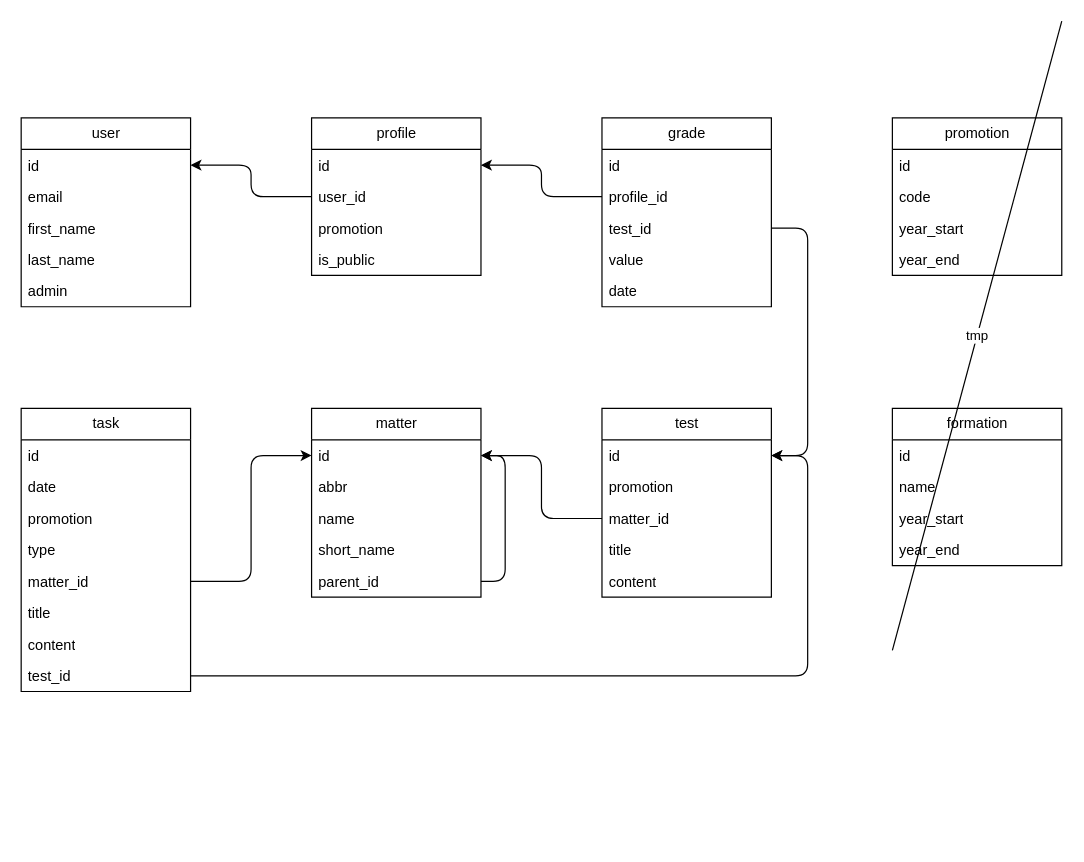
BurkhalterY/api.etml.burkhalter.dev keeps this draw.io diagram as docs/data-model.drawio. Above is the earlier version. Source tidied: cells renumbered, new cells numbered last; positions are measured from the earlier drawing's top-left corner, leaving out a move shared by most shapes. Both pictures are drawn from the tidied source at 121%, with x=0, y=0 at pixel (21, 21).
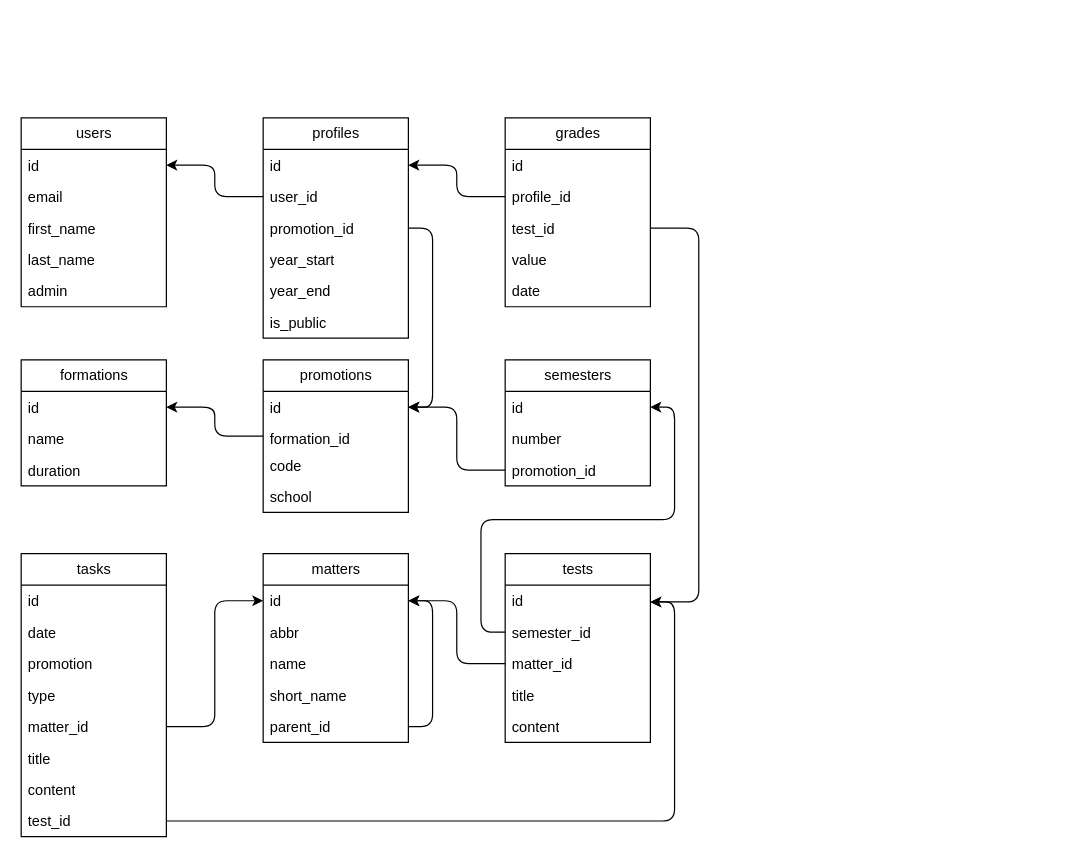
Above is the later version.

Commit message:
New data model by ChatGPT

What changed in the source:
```diff
@@
-    <mxCell id="2" value="matter" style="swimlane;fontStyle=0;horizontal=1;startSize=26;fillColor=none;html=1;" parent="1" vertex="1">
-      <mxGeometry x="240" y="320" width="140" height="156" as="geometry" />
+    <mxCell id="2" value="matters" style="swimlane;fontStyle=0;horizontal=1;startSize=26;fillColor=none;html=1;" parent="1" vertex="1">
+      <mxGeometry x="200" y="440" width="120" height="156" as="geometry" />
     </mxCell>
     <mxCell id="3" value="id" style="text;strokeColor=none;fillColor=none;align=left;verticalAlign=top;spacingLeft=4;spacingRight=4;overflow=hidden;points=[[0,0.5],[1,0.5]];portConstraint=eastwest;whiteSpace=wrap;html=1;" parent="2" vertex="1">
-      <mxGeometry y="26" width="140" height="26" as="geometry" />
+      <mxGeometry y="26" width="120" height="26" as="geometry" />
     </mxCell>
     <mxCell id="4" value="abbr" style="text;strokeColor=none;fillColor=none;align=left;verticalAlign=top;spacingLeft=4;spacingRight=4;overflow=hidden;whiteSpace=wrap;html=1;" parent="2" vertex="1">
-      <mxGeometry y="52" width="140" height="26" as="geometry" />
+      <mxGeometry y="52" width="120" height="26" as="geometry" />
     </mxCell>
     <mxCell id="5" value="name" style="text;strokeColor=none;fillColor=none;align=left;verticalAlign=top;spacingLeft=4;spacingRight=4;overflow=hidden;whiteSpace=wrap;html=1;" parent="2" vertex="1">
-      <mxGeometry y="78" width="140" height="26" as="geometry" />
+      <mxGeometry y="78" width="120" height="26" as="geometry" />
     </mxCell>
     <mxCell id="6" value="short_name" style="text;strokeColor=none;fillColor=none;align=left;verticalAlign=top;spacingLeft=4;spacingRight=4;overflow=hidden;whiteSpace=wrap;html=1;" parent="2" vertex="1">
-      <mxGeometry y="104" width="140" height="26" as="geometry" />
+      <mxGeometry y="104" width="120" height="26" as="geometry" />
     </mxCell>
     <mxCell id="7" style="edgeStyle=orthogonalEdgeStyle;html=1;" parent="2" edge="1" source="8" target="3">
       <mxGeometry relative="1" as="geometry">
         <Array as="points">
-          <mxPoint x="160" y="143" />
-          <mxPoint x="160" y="39" />
+          <mxPoint x="140" y="143" />
+          <mxPoint x="140" y="39" />
         </Array>
       </mxGeometry>
     </mxCell>
     <mxCell id="8" value="parent_id" style="text;strokeColor=none;fillColor=none;align=left;verticalAlign=top;spacingLeft=4;spacingRight=4;overflow=hidden;points=[[0,0.5],[1,0.5]];portConstraint=eastwest;whiteSpace=wrap;html=1;" parent="2" vertex="1">
-      <mxGeometry y="130" width="140" height="26" as="geometry" />
+      <mxGeometry y="130" width="120" height="26" as="geometry" />
     </mxCell>
-    <mxCell id="9" value="profile" style="swimlane;fontStyle=0;horizontal=1;startSize=26;fillColor=none;html=1;" parent="1" vertex="1">
-      <mxGeometry x="240" y="80" width="140" height="130" as="geometry" />
+    <mxCell id="9" value="profiles" style="swimlane;fontStyle=0;horizontal=1;startSize=26;fillColor=none;html=1;" parent="1" vertex="1">
+      <mxGeometry x="200" y="80" width="120" height="182" as="geometry" />
     </mxCell>
     <mxCell id="10" value="id" style="text;strokeColor=none;fillColor=none;align=left;verticalAlign=top;spacingLeft=4;spacingRight=4;overflow=hidden;points=[[0,0.5],[1,0.5]];portConstraint=eastwest;whiteSpace=wrap;html=1;" parent="9" vertex="1">
-      <mxGeometry y="26" width="140" height="26" as="geometry" />
+      <mxGeometry y="26" width="120" height="26" as="geometry" />
     </mxCell>
     <mxCell id="11" value="user_id" style="text;strokeColor=none;fillColor=none;align=left;verticalAlign=top;spacingLeft=4;spacingRight=4;overflow=hidden;points=[[0,0.5],[1,0.5]];portConstraint=eastwest;whiteSpace=wrap;html=1;" parent="9" vertex="1">
-      <mxGeometry y="52" width="140" height="26" as="geometry" />
+      <mxGeometry y="52" width="120" height="26" as="geometry" />
     </mxCell>
-    <mxCell id="12" value="promotion" style="text;strokeColor=none;fillColor=none;align=left;verticalAlign=top;spacingLeft=4;spacingRight=4;overflow=hidden;points=[[0,0.5],[1,0.5]];portConstraint=eastwest;whiteSpace=wrap;html=1;" parent="9" vertex="1">
-      <mxGeometry y="78" width="140" height="26" as="geometry" />
+    <mxCell id="12" value="promotion_id" style="text;strokeColor=none;fillColor=none;align=left;verticalAlign=top;spacingLeft=4;spacingRight=4;overflow=hidden;points=[[0,0.5],[1,0.5]];portConstraint=eastwest;whiteSpace=wrap;html=1;" parent="9" vertex="1">
+      <mxGeometry y="78" width="120" height="26" as="geometry" />
     </mxCell>
+    <mxCell id="50" value="year_start" style="text;strokeColor=none;fillColor=none;align=left;verticalAlign=top;spacingLeft=4;spacingRight=4;overflow=hidden;whiteSpace=wrap;html=1;" parent="9" vertex="1">
+      <mxGeometry y="104" width="120" height="26" as="geometry" />
+    </mxCell>
+    <mxCell id="58" value="year_end" style="text;strokeColor=none;fillColor=none;align=left;verticalAlign=top;spacingLeft=4;spacingRight=4;overflow=hidden;whiteSpace=wrap;html=1;" parent="9" vertex="1">
+      <mxGeometry y="130" width="120" height="26" as="geometry" />
+    </mxCell>
     <mxCell id="13" value="is_public" style="text;strokeColor=none;fillColor=none;align=left;verticalAlign=top;spacingLeft=4;spacingRight=4;overflow=hidden;whiteSpace=wrap;html=1;" parent="9" vertex="1">
-      <mxGeometry y="104" width="140" height="26" as="geometry" />
+      <mxGeometry y="156" width="120" height="26" as="geometry" />
     </mxCell>
-    <mxCell id="14" value="task" style="swimlane;fontStyle=0;horizontal=1;startSize=26;fillColor=none;html=1;" parent="1" vertex="1">
-      <mxGeometry y="320" width="140" height="234" as="geometry" />
+    <mxCell id="14" value="tasks" style="swimlane;fontStyle=0;horizontal=1;startSize=26;fillColor=none;html=1;" parent="1" vertex="1">
+      <mxGeometry y="440" width="120" height="234" as="geometry" />
     </mxCell>
     <mxCell id="15" value="id" style="text;strokeColor=none;fillColor=none;align=left;verticalAlign=top;spacingLeft=4;spacingRight=4;overflow=hidden;whiteSpace=wrap;html=1;" parent="14" vertex="1">
-      <mxGeometry y="26" width="140" height="26" as="geometry" />
+      <mxGeometry y="26" width="120" height="26" as="geometry" />
     </mxCell>
     <mxCell id="16" value="date" style="text;strokeColor=none;fillColor=none;align=left;verticalAlign=top;spacingLeft=4;spacingRight=4;overflow=hidden;whiteSpace=wrap;html=1;" parent="14" vertex="1">
-      <mxGeometry y="52" width="140" height="26" as="geometry" />
+      <mxGeometry y="52" width="120" height="26" as="geometry" />
     </mxCell>
     <mxCell id="17" value="promotion" style="text;strokeColor=none;fillColor=none;align=left;verticalAlign=top;spacingLeft=4;spacingRight=4;overflow=hidden;whiteSpace=wrap;html=1;" parent="14" vertex="1">
-      <mxGeometry y="78" width="140" height="26" as="geometry" />
+      <mxGeometry y="78" width="120" height="26" as="geometry" />
     </mxCell>
     <mxCell id="18" value="type" style="text;strokeColor=none;fillColor=none;align=left;verticalAlign=top;spacingLeft=4;spacingRight=4;overflow=hidden;whiteSpace=wrap;html=1;" parent="14" vertex="1">
-      <mxGeometry y="104" width="140" height="26" as="geometry" />
+      <mxGeometry y="104" width="120" height="26" as="geometry" />
     </mxCell>
     <mxCell id="19" value="matter_id" style="text;strokeColor=none;fillColor=none;align=left;verticalAlign=top;spacingLeft=4;spacingRight=4;overflow=hidden;points=[[0,0.5],[1,0.5]];portConstraint=eastwest;whiteSpace=wrap;html=1;" parent="14" vertex="1">
-      <mxGeometry y="130" width="140" height="26" as="geometry" />
+      <mxGeometry y="130" width="120" height="26" as="geometry" />
     </mxCell>
     <mxCell id="20" value="title" style="text;strokeColor=none;fillColor=none;align=left;verticalAlign=top;spacingLeft=4;spacingRight=4;overflow=hidden;whiteSpace=wrap;html=1;" parent="14" vertex="1">
-      <mxGeometry y="156" width="140" height="26" as="geometry" />
+      <mxGeometry y="156" width="120" height="26" as="geometry" />
     </mxCell>
     <mxCell id="21" value="content" style="text;strokeColor=none;fillColor=none;align=left;verticalAlign=top;spacingLeft=4;spacingRight=4;overflow=hidden;whiteSpace=wrap;html=1;" parent="14" vertex="1">
-      <mxGeometry y="182" width="140" height="26" as="geometry" />
+      <mxGeometry y="182" width="120" height="26" as="geometry" />
     </mxCell>
     <mxCell id="22" value="test_id" style="text;strokeColor=none;fillColor=none;align=left;verticalAlign=top;spacingLeft=4;spacingRight=4;overflow=hidden;points=[[0,0.5],[1,0.5]];portConstraint=eastwest;whiteSpace=wrap;html=1;" parent="14" vertex="1">
-      <mxGeometry y="208" width="140" height="26" as="geometry" />
+      <mxGeometry y="208" width="120" height="26" as="geometry" />
     </mxCell>
-    <mxCell id="23" value="user" style="swimlane;fontStyle=0;horizontal=1;startSize=26;fillColor=none;html=1;" parent="1" vertex="1">
-      <mxGeometry y="80" width="140" height="156" as="geometry" />
+    <mxCell id="23" value="users" style="swimlane;fontStyle=0;horizontal=1;startSize=26;fillColor=none;html=1;" parent="1" vertex="1">
+      <mxGeometry y="80" width="120" height="156" as="geometry" />
     </mxCell>
     <mxCell id="24" value="id" style="text;strokeColor=none;fillColor=none;align=left;verticalAlign=top;spacingLeft=4;spacingRight=4;overflow=hidden;points=[[0,0.5],[1,0.5]];portConstraint=eastwest;whiteSpace=wrap;html=1;" parent="23" vertex="1">
-      <mxGeometry y="26" width="140" height="26" as="geometry" />
+      <mxGeometry y="26" width="120" height="26" as="geometry" />
     </mxCell>
     <mxCell id="25" value="email" style="text;strokeColor=none;fillColor=none;align=left;verticalAlign=top;spacingLeft=4;spacingRight=4;overflow=hidden;whiteSpace=wrap;html=1;" parent="23" vertex="1">
-      <mxGeometry y="52" width="140" height="26" as="geometry" />
+      <mxGeometry y="52" width="120" height="26" as="geometry" />
     </mxCell>
     <mxCell id="26" value="first_name" style="text;strokeColor=none;fillColor=none;align=left;verticalAlign=top;spacingLeft=4;spacingRight=4;overflow=hidden;whiteSpace=wrap;html=1;" parent="23" vertex="1">
-      <mxGeometry y="78" width="140" height="26" as="geometry" />
+      <mxGeometry y="78" width="120" height="26" as="geometry" />
     </mxCell>
     <mxCell id="27" value="last_name" style="text;strokeColor=none;fillColor=none;align=left;verticalAlign=top;spacingLeft=4;spacingRight=4;overflow=hidden;whiteSpace=wrap;html=1;" parent="23" vertex="1">
-      <mxGeometry y="104" width="140" height="26" as="geometry" />
+      <mxGeometry y="104" width="120" height="26" as="geometry" />
     </mxCell>
     <mxCell id="28" value="admin" style="text;strokeColor=none;fillColor=none;align=left;verticalAlign=top;spacingLeft=4;spacingRight=4;overflow=hidden;whiteSpace=wrap;html=1;" parent="23" vertex="1">
-      <mxGeometry y="130" width="140" height="26" as="geometry" />
+      <mxGeometry y="130" width="120" height="26" as="geometry" />
     </mxCell>
@@
-    <mxCell id="31" value="grade" style="swimlane;fontStyle=0;horizontal=1;startSize=26;fillColor=none;html=1;" parent="1" vertex="1">
-      <mxGeometry x="480" y="80" width="140" height="156" as="geometry" />
+    <mxCell id="31" value="grades" style="swimlane;fontStyle=0;horizontal=1;startSize=26;fillColor=none;html=1;" parent="1" vertex="1">
+      <mxGeometry x="400" y="80" width="120" height="156" as="geometry" />
     </mxCell>
     <mxCell id="32" value="id" style="text;strokeColor=none;fillColor=none;align=left;verticalAlign=top;spacingLeft=4;spacingRight=4;overflow=hidden;whiteSpace=wrap;html=1;" parent="31" vertex="1">
-      <mxGeometry y="26" width="140" height="26" as="geometry" />
+      <mxGeometry y="26" width="120" height="26" as="geometry" />
     </mxCell>
     <mxCell id="33" value="profile_id" style="text;strokeColor=none;fillColor=none;align=left;verticalAlign=top;spacingLeft=4;spacingRight=4;overflow=hidden;points=[[0,0.5],[1,0.5]];portConstraint=eastwest;whiteSpace=wrap;html=1;" parent="31" vertex="1">
-      <mxGeometry y="52" width="140" height="26" as="geometry" />
+      <mxGeometry y="52" width="120" height="26" as="geometry" />
     </mxCell>
     <mxCell id="34" value="test_id" style="text;strokeColor=none;fillColor=none;align=left;verticalAlign=top;spacingLeft=4;spacingRight=4;overflow=hidden;points=[[0,0.5],[1,0.5]];portConstraint=eastwest;whiteSpace=wrap;html=1;" parent="31" vertex="1">
-      <mxGeometry y="78" width="140" height="26" as="geometry" />
+      <mxGeometry y="78" width="120" height="26" as="geometry" />
     </mxCell>
     <mxCell id="35" value="value" style="text;strokeColor=none;fillColor=none;align=left;verticalAlign=top;spacingLeft=4;spacingRight=4;overflow=hidden;whiteSpace=wrap;html=1;" parent="31" vertex="1">
-      <mxGeometry y="104" width="140" height="26" as="geometry" />
+      <mxGeometry y="104" width="120" height="26" as="geometry" />
     </mxCell>
     <mxCell id="36" value="date" style="text;strokeColor=none;fillColor=none;align=left;verticalAlign=top;spacingLeft=4;spacingRight=4;overflow=hidden;whiteSpace=wrap;html=1;" parent="31" vertex="1">
-      <mxGeometry y="130" width="140" height="26" as="geometry" />
+      <mxGeometry y="130" width="120" height="26" as="geometry" />
     </mxCell>
-    <mxCell id="37" value="test" style="swimlane;fontStyle=0;horizontal=1;startSize=26;fillColor=none;html=1;" parent="1" vertex="1">
-      <mxGeometry x="480" y="320" width="140" height="156" as="geometry" />
+    <mxCell id="37" value="tests" style="swimlane;fontStyle=0;horizontal=1;startSize=26;fillColor=none;html=1;" parent="1" vertex="1">
+      <mxGeometry x="400" y="440" width="120" height="156" as="geometry" />
     </mxCell>
     <mxCell id="38" value="id" style="text;strokeColor=none;fillColor=none;align=left;verticalAlign=top;spacingLeft=4;spacingRight=4;overflow=hidden;points=[[0,0.5],[1,0.5]];portConstraint=eastwest;whiteSpace=wrap;html=1;" parent="37" vertex="1">
-      <mxGeometry y="26" width="140" height="26" as="geometry" />
+      <mxGeometry y="26" width="120" height="26" as="geometry" />
     </mxCell>
-    <mxCell id="39" value="promotion" style="text;strokeColor=none;fillColor=none;align=left;verticalAlign=top;spacingLeft=4;spacingRight=4;overflow=hidden;points=[[0,0.5],[1,0.5]];portConstraint=eastwest;whiteSpace=wrap;html=1;" parent="37" vertex="1">
-      <mxGeometry y="52" width="140" height="26" as="geometry" />
+    <mxCell id="39" value="semester_id" style="text;strokeColor=none;fillColor=none;align=left;verticalAlign=top;spacingLeft=4;spacingRight=4;overflow=hidden;points=[[0,0.5],[1,0.5]];portConstraint=eastwest;whiteSpace=wrap;html=1;" parent="37" vertex="1">
+      <mxGeometry y="52" width="120" height="26" as="geometry" />
     </mxCell>
     <mxCell id="40" value="matter_id" style="text;strokeColor=none;fillColor=none;align=left;verticalAlign=top;spacingLeft=4;spacingRight=4;overflow=hidden;points=[[0,0.5],[1,0.5]];portConstraint=eastwest;whiteSpace=wrap;html=1;" parent="37" vertex="1">
-      <mxGeometry y="78" width="140" height="26" as="geometry" />
+      <mxGeometry y="78" width="120" height="26" as="geometry" />
     </mxCell>
     <mxCell id="41" value="title" style="text;strokeColor=none;fillColor=none;align=left;verticalAlign=top;spacingLeft=4;spacingRight=4;overflow=hidden;whiteSpace=wrap;html=1;" parent="37" vertex="1">
-      <mxGeometry y="104" width="140" height="26" as="geometry" />
+      <mxGeometry y="104" width="120" height="26" as="geometry" />
     </mxCell>
     <mxCell id="42" value="content" style="text;strokeColor=none;fillColor=none;align=left;verticalAlign=top;spacingLeft=4;spacingRight=4;overflow=hidden;whiteSpace=wrap;html=1;" parent="37" vertex="1">
-      <mxGeometry y="130" width="140" height="26" as="geometry" />
+      <mxGeometry y="130" width="120" height="26" as="geometry" />
     </mxCell>
@@
     <mxCell id="44" style="edgeStyle=orthogonalEdgeStyle;html=1;" parent="1" edge="1" source="34" target="38">
       <mxGeometry relative="1" as="geometry">
         <Array as="points">
-          <mxPoint x="650" y="171" />
-          <mxPoint x="650" y="359" />
+          <mxPoint x="560" y="171" />
+          <mxPoint x="560" y="480" />
         </Array>
       </mxGeometry>
     </mxCell>
@@
     <mxCell id="46" style="edgeStyle=orthogonalEdgeStyle;html=1;" parent="1" edge="1" source="22" target="38">
       <mxGeometry relative="1" as="geometry">
         <Array as="points">
-          <mxPoint x="650" y="541" />
-          <mxPoint x="650" y="359" />
+          <mxPoint x="540" y="661" />
+          <mxPoint x="540" y="480" />
         </Array>
       </mxGeometry>
     </mxCell>
-    <mxCell id="47" value="promotion" style="swimlane;fontStyle=0;horizontal=1;startSize=26;fillColor=none;html=1;" parent="1" vertex="1">
-      <mxGeometry x="720" y="80" width="140" height="130" as="geometry" />
+    <mxCell id="47" value="promotions" style="swimlane;fontStyle=0;horizontal=1;startSize=26;fillColor=none;html=1;" parent="1" vertex="1">
+      <mxGeometry x="200" y="280" width="120" height="126" as="geometry" />
     </mxCell>
     <mxCell id="48" value="id" style="text;strokeColor=none;fillColor=none;align=left;verticalAlign=top;spacingLeft=4;spacingRight=4;overflow=hidden;points=[[0,0.5],[1,0.5]];portConstraint=eastwest;whiteSpace=wrap;html=1;" parent="47" vertex="1">
-      <mxGeometry y="26" width="140" height="26" as="geometry" />
+      <mxGeometry y="26" width="120" height="26" as="geometry" />
     </mxCell>
+    <mxCell id="59" value="formation_id" style="text;strokeColor=none;fillColor=none;align=left;verticalAlign=top;spacingLeft=4;spacingRight=4;overflow=hidden;points=[[0,0.5],[1,0.5]];portConstraint=eastwest;whiteSpace=wrap;html=1;" parent="47" vertex="1">
+      <mxGeometry y="52" width="120" height="22" as="geometry" />
+    </mxCell>
     <mxCell id="49" value="code" style="text;strokeColor=none;fillColor=none;align=left;verticalAlign=top;spacingLeft=4;spacingRight=4;overflow=hidden;whiteSpace=wrap;html=1;" parent="47" vertex="1">
-      <mxGeometry y="52" width="140" height="26" as="geometry" />
+      <mxGeometry y="74" width="120" height="26" as="geometry" />
     </mxCell>
-    <mxCell id="50" value="year_start" style="text;strokeColor=none;fillColor=none;align=left;verticalAlign=top;spacingLeft=4;spacingRight=4;overflow=hidden;whiteSpace=wrap;html=1;" parent="47" vertex="1">
-      <mxGeometry y="78" width="140" height="26" as="geometry" />
-    </mxCell>
-    <mxCell id="51" value="year_end" style="text;strokeColor=none;fillColor=none;align=left;verticalAlign=top;spacingLeft=4;spacingRight=4;overflow=hidden;whiteSpace=wrap;html=1;" parent="47" vertex="1">
-      <mxGeometry y="104" width="140" height="26" as="geometry" />
-    </mxCell>
+    <mxCell id="60" value="school" style="text;strokeColor=none;fillColor=none;align=left;verticalAlign=top;spacingLeft=4;spacingRight=4;overflow=hidden;whiteSpace=wrap;html=1;" parent="47" vertex="1">
+      <mxGeometry y="100" width="120" height="26" as="geometry" />
+    </mxCell>
-    <mxCell id="52" value="formation" style="swimlane;fontStyle=0;horizontal=1;startSize=26;fillColor=none;html=1;" parent="1" vertex="1">
-      <mxGeometry x="720" y="320" width="140" height="130" as="geometry" />
+    <mxCell id="52" value="formations" style="swimlane;fontStyle=0;horizontal=1;startSize=26;fillColor=none;html=1;" parent="1" vertex="1">
+      <mxGeometry y="280" width="120" height="104" as="geometry" />
     </mxCell>
     <mxCell id="53" value="id" style="text;strokeColor=none;fillColor=none;align=left;verticalAlign=top;spacingLeft=4;spacingRight=4;overflow=hidden;points=[[0,0.5],[1,0.5]];portConstraint=eastwest;whiteSpace=wrap;html=1;" parent="52" vertex="1">
-      <mxGeometry y="26" width="140" height="26" as="geometry" />
+      <mxGeometry y="26" width="120" height="26" as="geometry" />
     </mxCell>
     <mxCell id="54" value="name" style="text;strokeColor=none;fillColor=none;align=left;verticalAlign=top;spacingLeft=4;spacingRight=4;overflow=hidden;whiteSpace=wrap;html=1;" parent="52" vertex="1">
-      <mxGeometry y="52" width="140" height="26" as="geometry" />
+      <mxGeometry y="52" width="120" height="26" as="geometry" />
     </mxCell>
-    <mxCell id="55" value="year_start" style="text;strokeColor=none;fillColor=none;align=left;verticalAlign=top;spacingLeft=4;spacingRight=4;overflow=hidden;whiteSpace=wrap;html=1;" parent="52" vertex="1">
-      <mxGeometry y="78" width="140" height="26" as="geometry" />
+    <mxCell id="55" value="duration" style="text;strokeColor=none;fillColor=none;align=left;verticalAlign=top;spacingLeft=4;spacingRight=4;overflow=hidden;whiteSpace=wrap;html=1;" parent="52" vertex="1">
+      <mxGeometry y="78" width="120" height="26" as="geometry" />
     </mxCell>
-    <mxCell id="56" value="year_end" style="text;strokeColor=none;fillColor=none;align=left;verticalAlign=top;spacingLeft=4;spacingRight=4;overflow=hidden;whiteSpace=wrap;html=1;" parent="52" vertex="1">
-      <mxGeometry y="104" width="140" height="26" as="geometry" />
-    </mxCell>
-    <mxCell id="57" value="tmp" style="endArrow=none;html=1;" parent="1" edge="1">
-      <mxGeometry relative="1" as="geometry">
-        <mxPoint x="720" y="520" as="sourcePoint" />
-        <mxPoint x="860" as="targetPoint" />
-      </mxGeometry>
-    </mxCell>
+    <mxCell id="61" style="edgeStyle=orthogonalEdgeStyle;html=1;" parent="1" edge="1" source="12" target="48">
+      <mxGeometry relative="1" as="geometry">
+        <Array as="points">
+          <mxPoint x="340" y="171" />
+          <mxPoint x="340" y="319" />
+        </Array>
+      </mxGeometry>
+    </mxCell>
+    <mxCell id="62" style="edgeStyle=orthogonalEdgeStyle;html=1;" parent="1" edge="1" source="59" target="53">
+      <mxGeometry relative="1" as="geometry">
+        <Array as="points">
+          <mxPoint x="160" y="343" />
+          <mxPoint x="160" y="319" />
+        </Array>
+      </mxGeometry>
+    </mxCell>
+    <mxCell id="63" value="semesters" style="swimlane;fontStyle=0;horizontal=1;startSize=26;fillColor=none;html=1;" parent="1" vertex="1">
+      <mxGeometry x="400" y="280" width="120" height="104" as="geometry" />
+    </mxCell>
+    <mxCell id="64" value="id" style="text;strokeColor=none;fillColor=none;align=left;verticalAlign=top;spacingLeft=4;spacingRight=4;overflow=hidden;points=[[0,0.5],[1,0.5]];portConstraint=eastwest;whiteSpace=wrap;html=1;" parent="63" vertex="1">
+      <mxGeometry y="26" width="120" height="26" as="geometry" />
+    </mxCell>
+    <mxCell id="65" value="number" style="text;strokeColor=none;fillColor=none;align=left;verticalAlign=top;spacingLeft=4;spacingRight=4;overflow=hidden;whiteSpace=wrap;html=1;" parent="63" vertex="1">
+      <mxGeometry y="52" width="120" height="26" as="geometry" />
+    </mxCell>
+    <mxCell id="66" value="promotion_id" style="text;strokeColor=none;fillColor=none;align=left;verticalAlign=top;spacingLeft=4;spacingRight=4;overflow=hidden;points=[[0,0.5],[1,0.5]];portConstraint=eastwest;whiteSpace=wrap;html=1;" parent="63" vertex="1">
+      <mxGeometry y="78" width="120" height="26" as="geometry" />
+    </mxCell>
+    <mxCell id="67" style="edgeStyle=orthogonalEdgeStyle;html=1;" parent="1" edge="1" source="39" target="64">
+      <mxGeometry relative="1" as="geometry">
+        <Array as="points">
+          <mxPoint x="380" y="505" />
+          <mxPoint x="380" y="412" />
+          <mxPoint x="540" y="412" />
+          <mxPoint x="540" y="319" />
+        </Array>
+      </mxGeometry>
+    </mxCell>
+    <mxCell id="68" style="edgeStyle=orthogonalEdgeStyle;html=1;" parent="1" edge="1" source="66" target="48">
+      <mxGeometry relative="1" as="geometry" />
+    </mxCell>
```
